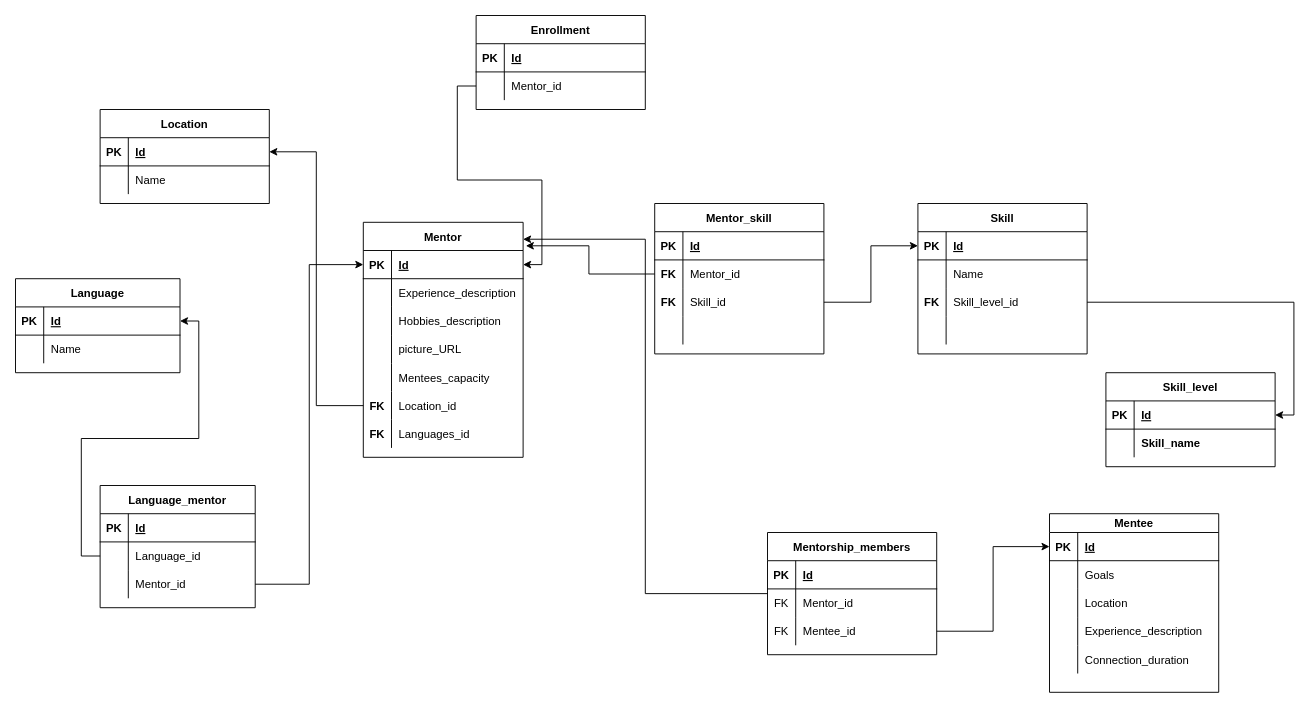
Earlier version of the draw.io diagram Untitled Diagram.drawio (Daniel99W/Car-dealer). Source tidied: cells renumbered, new cells numbered last; positions are measured from the earlier drawing's top-left corner, leaving out a move shared by most shapes. Both pictures are drawn from the tidied source at 94%, with x=0, y=0 at pixel (15, 15).
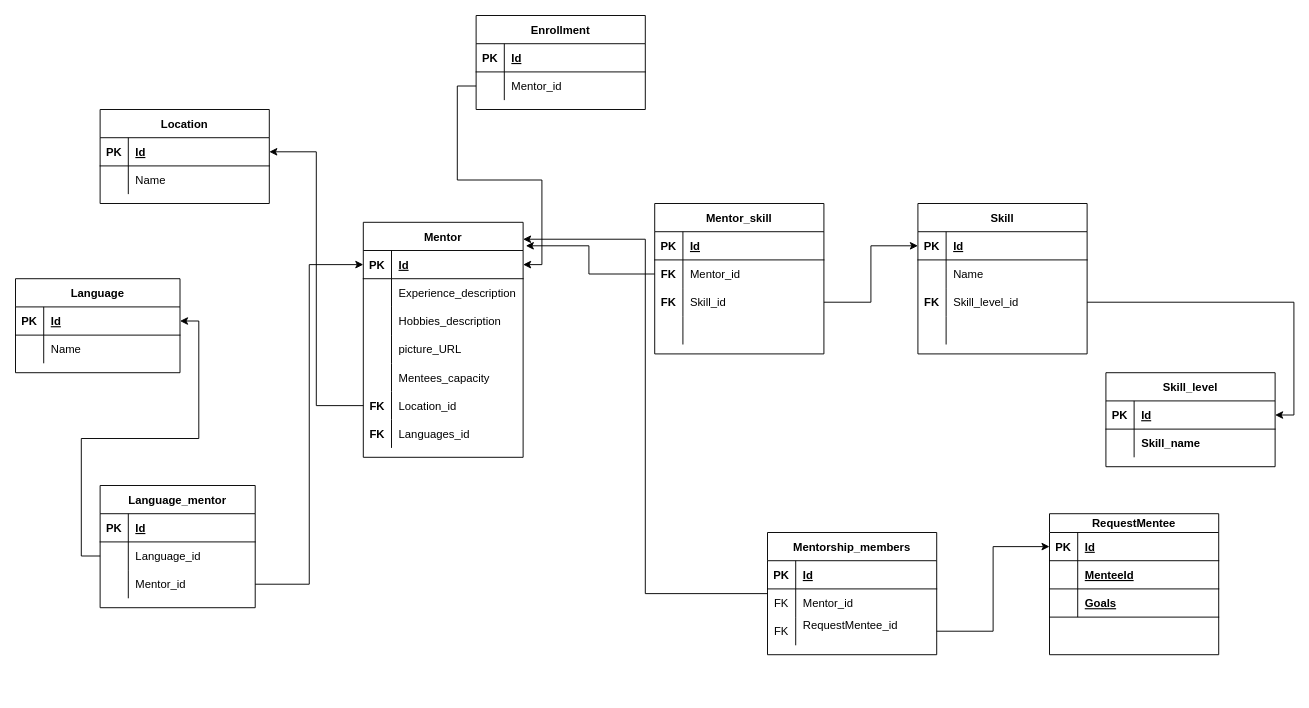
The same page after the edit.

Unchanged cells that the change refers to:
```xml
<mxCell id="84" style="shape=tableRow;horizontal=0;startSize=0;swimlaneHead=0;swimlaneBody=0;fillColor=none;points=[[0,0.5],[1,0.5]];portConstraint=eastwest;top=0;left=0;right=0;bottom=0;" parent="77" vertex="1">
  <mxGeometry y="90" width="180" height="30" as="geometry" />
</mxCell>
```

Diff of the diagram source:
```diff
@@
-    <mxCell id="52" value="Mentee" style="shape=table;startSize=20;childLayout=tableLayout;rowLines=0;fontStyle=1;align=center;" parent="1" vertex="1">
-      <mxGeometry x="1100" y="530" width="180" height="190" as="geometry" />
+    <mxCell id="52" value="RequestMentee" style="shape=table;startSize=20;childLayout=tableLayout;rowLines=0;fontStyle=1;align=center;" parent="1" vertex="1">
+      <mxGeometry x="1100" y="530" width="180" height="150" as="geometry" />
     </mxCell>
@@
-    <mxCell id="56" style="shape=tableRow;horizontal=0;startSize=0;swimlaneHead=0;swimlaneBody=0;fillColor=none;top=0;left=0;right=0;bottom=0;" parent="52" vertex="1">
-      <mxGeometry y="50" width="180" height="30" as="geometry" />
-    </mxCell>
-    <mxCell id="57" style="shape=partialRectangle;fillColor=none;top=0;left=0;bottom=0;right=0;overflow=hidden;" parent="56" vertex="1">
-      <mxGeometry width="30" height="30" as="geometry" />
-    </mxCell>
+    <mxCell id="123" style="shape=tableRow;horizontal=0;startSize=0;swimlaneHead=0;swimlaneBody=0;fillColor=none;top=0;left=0;right=0;bottom=1;" parent="52" vertex="1">
+      <mxGeometry y="50" width="180" height="30" as="geometry" />
+    </mxCell>
+    <mxCell id="124" style="shape=partialRectangle;fillColor=none;top=0;left=0;bottom=0;right=0;fontStyle=1;overflow=hidden;" parent="123" vertex="1">
+      <mxGeometry width="30" height="30" as="geometry" />
+    </mxCell>
+    <mxCell id="125" value="MenteeId" style="shape=partialRectangle;fillColor=none;top=0;left=0;bottom=0;right=0;align=left;spacingLeft=6;fontStyle=5;overflow=hidden;" parent="123" vertex="1">
+      <mxGeometry x="30" width="150" height="30" as="geometry" />
+    </mxCell>
+    <mxCell id="126" style="shape=tableRow;horizontal=0;startSize=0;swimlaneHead=0;swimlaneBody=0;fillColor=none;top=0;left=0;right=0;bottom=1;" parent="52" vertex="1">
+      <mxGeometry y="80" width="180" height="30" as="geometry" />
+    </mxCell>
+    <mxCell id="127" style="shape=partialRectangle;fillColor=none;top=0;left=0;bottom=0;right=0;fontStyle=1;overflow=hidden;" parent="126" vertex="1">
+      <mxGeometry width="30" height="30" as="geometry" />
+    </mxCell>
-    <mxCell id="58" value="Goals" style="shape=partialRectangle;fillColor=none;top=0;left=0;bottom=0;right=0;align=left;spacingLeft=6;overflow=hidden;" parent="56" vertex="1">
+    <mxCell id="58" value="Goals" style="shape=partialRectangle;fillColor=none;top=0;left=0;bottom=0;right=0;align=left;spacingLeft=6;fontStyle=5;overflow=hidden;" parent="126" vertex="1">
       <mxGeometry x="30" width="150" height="30" as="geometry" />
     </mxCell>
-    <mxCell id="59" style="shape=tableRow;horizontal=0;startSize=0;swimlaneHead=0;swimlaneBody=0;fillColor=none;top=0;left=0;right=0;bottom=0;" parent="52" vertex="1">
-      <mxGeometry y="80" width="180" height="30" as="geometry" />
-    </mxCell>
-    <mxCell id="60" style="shape=partialRectangle;fillColor=none;top=0;left=0;bottom=0;right=0;overflow=hidden;" parent="59" vertex="1">
-      <mxGeometry width="30" height="30" as="geometry" />
-    </mxCell>
-    <mxCell id="61" value="Location" style="shape=partialRectangle;fillColor=none;top=0;left=0;bottom=0;right=0;align=left;spacingLeft=6;overflow=hidden;" parent="59" vertex="1">
-      <mxGeometry x="30" width="150" height="30" as="geometry" />
-    </mxCell>
-    <mxCell id="62" style="shape=tableRow;horizontal=0;startSize=0;swimlaneHead=0;swimlaneBody=0;fillColor=none;top=0;left=0;right=0;bottom=0;" parent="52" vertex="1">
-      <mxGeometry y="110" width="180" height="30" as="geometry" />
-    </mxCell>
-    <mxCell id="63" style="shape=partialRectangle;fillColor=none;top=0;left=0;bottom=0;right=0;overflow=hidden;" parent="62" vertex="1">
-      <mxGeometry width="30" height="30" as="geometry" />
-    </mxCell>
-    <mxCell id="64" value="Experience_description" style="shape=partialRectangle;fillColor=none;top=0;left=0;bottom=0;right=0;align=left;spacingLeft=6;overflow=hidden;" parent="62" vertex="1">
-      <mxGeometry x="30" width="150" height="30" as="geometry" />
-    </mxCell>
-    <mxCell id="65" style="shape=tableRow;horizontal=0;startSize=0;swimlaneHead=0;swimlaneBody=0;fillColor=none;top=0;left=0;right=0;bottom=0;" parent="52" vertex="1">
-      <mxGeometry y="140" width="180" height="30" as="geometry" />
-    </mxCell>
-    <mxCell id="66" style="shape=partialRectangle;fillColor=none;top=0;left=0;bottom=0;right=0;overflow=hidden;" parent="65" vertex="1">
-      <mxGeometry width="30" height="30" as="geometry" />
-    </mxCell>
-    <mxCell id="67" value="Connection_duration" style="shape=partialRectangle;fillColor=none;top=0;left=0;bottom=0;right=0;align=left;spacingLeft=6;overflow=hidden;" parent="65" vertex="1">
-      <mxGeometry x="30" width="150" height="30" as="geometry" />
-    </mxCell>
@@
-    <mxCell id="86" value="Mentee_id" style="shape=partialRectangle;fillColor=none;top=0;left=0;bottom=0;right=0;align=left;spacingLeft=6;overflow=hidden;" parent="84" vertex="1">
+    <mxCell id="86" value="RequestMentee_id&#10;" style="shape=partialRectangle;fillColor=none;top=0;left=0;bottom=0;right=0;align=left;spacingLeft=6;overflow=hidden;" parent="84" vertex="1">
       <mxGeometry x="30" width="150" height="30" as="geometry" />
     </mxCell>
```
